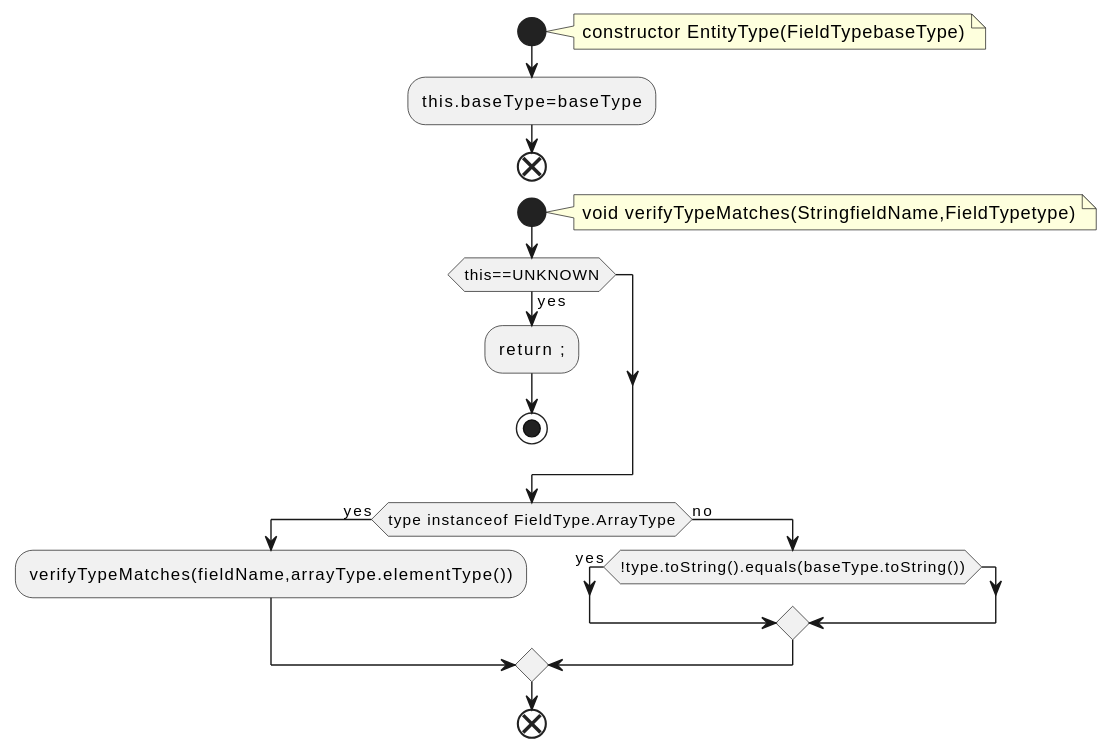
The PlantUML diagram docs/qc/generator/src/main/java/org/apache/kafka/message/EntityType.java.fct.svg in qualitesys/kafka, before a commit. The source it was exported from:
```plantuml
@startuml
!pragma layout smetana
start
note right
constructor EntityType(FieldTypebaseType)
end note
:this.baseType=baseType;
end
start
note right
void verifyTypeMatches(StringfieldName,FieldTypetype)
end note
if (this==UNKNOWN) then (yes)
:return ;;
stop
endif
if (type instanceof FieldType.ArrayType) then (yes)
:verifyTypeMatches(fieldName,arrayType.elementType());
else (no)
if (!type.toString().equals(baseType.toString())) then (yes)
endif
endif
end
@enduml
```
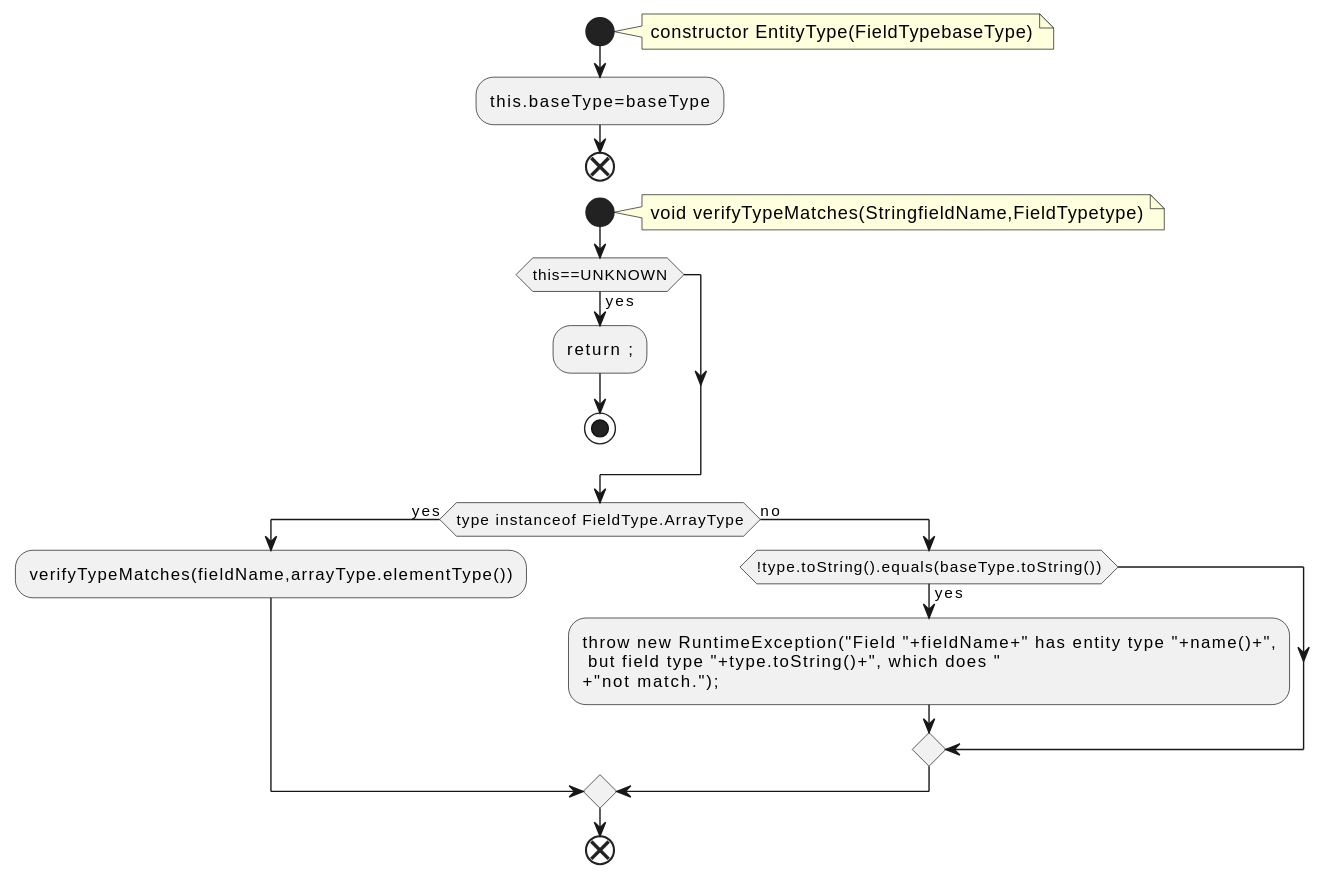
Above is the later version.

The edit, as a diff of the source:
```diff
@@ -18,6 +18,9 @@
 :verifyTypeMatches(fieldName,arrayType.elementType());
 else (no)
 if (!type.toString().equals(baseType.toString())) then (yes)
+:throw new RuntimeException("Field "+fieldName+" has entity type "+name()+",
+ but field type "+type.toString()+", which does "
++"not match.");;
 endif
 endif
 end
```
